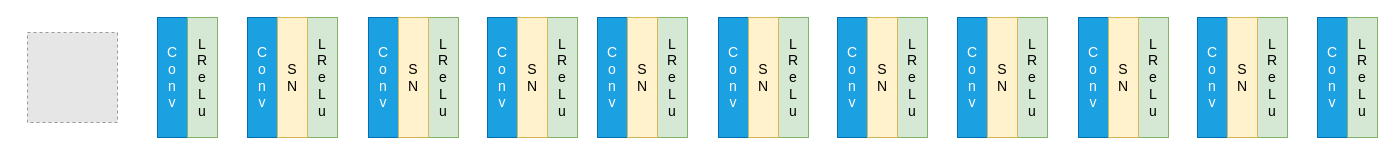
zhaoyangkun/draw.io keeps this draw.io diagram as Unet-discriminator.drawio. Above is the earlier version. Source tidied: cells renumbered, new cells numbered last; positions are measured from the earlier drawing's top-left corner, leaving out a move shared by most shapes. Both pictures are drawn from the tidied source at 100%, with x=0, y=0 at pixel (27, 17). Pictures stored in the file or linked from it are replaced by grey dashed boxes.
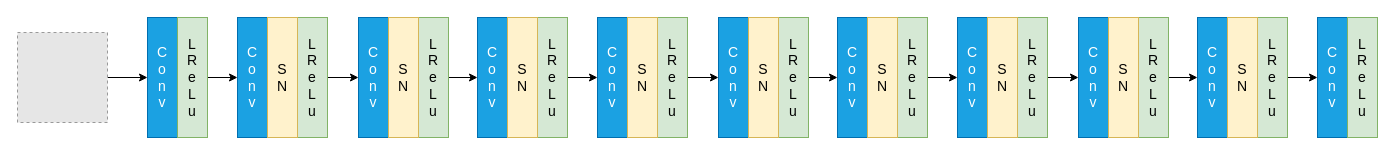
Above is the later version.

Unchanged cells that the change refers to:
```xml
<mxCell id="14" value="C&lt;br style=&quot;font-size: 14px;&quot;&gt;o&lt;br style=&quot;font-size: 14px;&quot;&gt;n&lt;br style=&quot;font-size: 14px;&quot;&gt;v" style="rounded=0;whiteSpace=wrap;html=1;fillColor=#1ba1e2;fontColor=#ffffff;strokeColor=#006EAF;fontSize=14;" parent="1" vertex="1">
  <mxGeometry x="570" width="30" height="120" as="geometry" />
</mxCell>
<mxCell id="15" value="L&lt;br&gt;R&lt;br&gt;e&lt;br&gt;L&lt;br&gt;u" style="rounded=0;whiteSpace=wrap;html=1;fillColor=#d5e8d4;strokeColor=#82b366;fontSize=14;" parent="1" vertex="1">
  <mxGeometry x="630" width="30" height="120" as="geometry" />
</mxCell>
<mxCell id="17" value="C&lt;br style=&quot;font-size: 14px;&quot;&gt;o&lt;br style=&quot;font-size: 14px;&quot;&gt;n&lt;br style=&quot;font-size: 14px;&quot;&gt;v" style="rounded=0;whiteSpace=wrap;html=1;fillColor=#1ba1e2;fontColor=#ffffff;strokeColor=#006EAF;fontSize=14;" parent="1" vertex="1">
  <mxGeometry x="691" width="30" height="120" as="geometry" />
</mxCell>
<mxCell id="18" value="L&lt;br&gt;R&lt;br&gt;e&lt;br&gt;L&lt;br&gt;u" style="rounded=0;whiteSpace=wrap;html=1;fillColor=#d5e8d4;strokeColor=#82b366;fontSize=14;" parent="1" vertex="1">
  <mxGeometry x="751" width="30" height="120" as="geometry" />
</mxCell>
<mxCell id="20" value="C&lt;br style=&quot;font-size: 14px;&quot;&gt;o&lt;br style=&quot;font-size: 14px;&quot;&gt;n&lt;br style=&quot;font-size: 14px;&quot;&gt;v" style="rounded=0;whiteSpace=wrap;html=1;fillColor=#1ba1e2;fontColor=#ffffff;strokeColor=#006EAF;fontSize=14;" parent="1" vertex="1">
  <mxGeometry x="810" width="30" height="120" as="geometry" />
</mxCell>
<mxCell id="21" value="L&lt;br&gt;R&lt;br&gt;e&lt;br&gt;L&lt;br&gt;u" style="rounded=0;whiteSpace=wrap;html=1;fillColor=#d5e8d4;strokeColor=#82b366;fontSize=14;" parent="1" vertex="1">
  <mxGeometry x="870" width="30" height="120" as="geometry" />
</mxCell>
<mxCell id="23" value="C&lt;br style=&quot;font-size: 14px;&quot;&gt;o&lt;br style=&quot;font-size: 14px;&quot;&gt;n&lt;br style=&quot;font-size: 14px;&quot;&gt;v" style="rounded=0;whiteSpace=wrap;html=1;fillColor=#1ba1e2;fontColor=#ffffff;strokeColor=#006EAF;fontSize=14;" parent="1" vertex="1">
  <mxGeometry x="930" width="30" height="120" as="geometry" />
</mxCell>
<mxCell id="24" value="L&lt;br&gt;R&lt;br&gt;e&lt;br&gt;L&lt;br&gt;u" style="rounded=0;whiteSpace=wrap;html=1;fillColor=#d5e8d4;strokeColor=#82b366;fontSize=14;" parent="1" vertex="1">
  <mxGeometry x="990" width="30" height="120" as="geometry" />
</mxCell>
<mxCell id="26" value="C&lt;br style=&quot;font-size: 14px;&quot;&gt;o&lt;br style=&quot;font-size: 14px;&quot;&gt;n&lt;br style=&quot;font-size: 14px;&quot;&gt;v" style="rounded=0;whiteSpace=wrap;html=1;fillColor=#1ba1e2;fontColor=#ffffff;strokeColor=#006EAF;fontSize=14;" parent="1" vertex="1">
  <mxGeometry x="1051" width="30" height="120" as="geometry" />
</mxCell>
<mxCell id="27" value="L&lt;br&gt;R&lt;br&gt;e&lt;br&gt;L&lt;br&gt;u" style="rounded=0;whiteSpace=wrap;html=1;fillColor=#d5e8d4;strokeColor=#82b366;fontSize=14;" parent="1" vertex="1">
  <mxGeometry x="1111" width="30" height="120" as="geometry" />
</mxCell>
<mxCell id="29" value="C&lt;br style=&quot;font-size: 14px;&quot;&gt;o&lt;br style=&quot;font-size: 14px;&quot;&gt;n&lt;br style=&quot;font-size: 14px;&quot;&gt;v" style="rounded=0;whiteSpace=wrap;html=1;fillColor=#1ba1e2;fontColor=#ffffff;strokeColor=#006EAF;fontSize=14;" parent="1" vertex="1">
  <mxGeometry x="1170" width="30" height="120" as="geometry" />
</mxCell>
<mxCell id="30" value="L&lt;br&gt;R&lt;br&gt;e&lt;br&gt;L&lt;br&gt;u" style="rounded=0;whiteSpace=wrap;html=1;fillColor=#d5e8d4;strokeColor=#82b366;fontSize=14;" parent="1" vertex="1">
  <mxGeometry x="1230" width="30" height="120" as="geometry" />
</mxCell>
<mxCell id="32" value="C&lt;br style=&quot;font-size: 14px;&quot;&gt;o&lt;br style=&quot;font-size: 14px;&quot;&gt;n&lt;br style=&quot;font-size: 14px;&quot;&gt;v" style="rounded=0;whiteSpace=wrap;html=1;fillColor=#1ba1e2;fontColor=#ffffff;strokeColor=#006EAF;fontSize=14;" parent="1" vertex="1">
  <mxGeometry x="1290" width="30" height="120" as="geometry" />
</mxCell>
```

Change to the diagram source:
```diff
@@
+    <mxCell id="34" style="edgeStyle=orthogonalEdgeStyle;rounded=0;jettySize=auto;html=1;entryX=0;entryY=0.5;entryDx=0;entryDy=0;fontColor=#FFFFFF;" parent="1" edge="1" source="2" target="3">
+      <mxGeometry relative="1" as="geometry" />
+    </mxCell>
     <mxCell id="2" style="fillColor=#E6E6E6;strokeColor=#999999;dashed=1;verticalLabelPosition=bottom;labelBackgroundColor=default;verticalAlign=top;" parent="1" vertex="1">
-      <mxGeometry y="15" width="90" height="90" as="geometry" />
+      <mxGeometry x="-10" y="15" width="90" height="90" as="geometry" />
     </mxCell>
     <mxCell id="3" value="C&lt;br style=&quot;font-size: 14px;&quot;&gt;o&lt;br style=&quot;font-size: 14px;&quot;&gt;n&lt;br style=&quot;font-size: 14px;&quot;&gt;v" style="rounded=0;whiteSpace=wrap;html=1;fillColor=#1ba1e2;fontColor=#ffffff;strokeColor=#006EAF;fontSize=14;" parent="1" vertex="1">
-      <mxGeometry x="130" width="30" height="120" as="geometry" />
+      <mxGeometry x="120" width="30" height="120" as="geometry" />
     </mxCell>
+    <mxCell id="35" style="edgeStyle=orthogonalEdgeStyle;rounded=0;jettySize=auto;html=1;entryX=0;entryY=0.5;entryDx=0;entryDy=0;fontColor=#FFFFFF;" parent="1" edge="1" source="4" target="5">
+      <mxGeometry relative="1" as="geometry" />
+    </mxCell>
     <mxCell id="4" value="L&lt;br&gt;R&lt;br&gt;e&lt;br&gt;L&lt;br&gt;u" style="rounded=0;whiteSpace=wrap;html=1;fillColor=#d5e8d4;strokeColor=#82b366;fontSize=14;" parent="1" vertex="1">
-      <mxGeometry x="160" width="30" height="120" as="geometry" />
+      <mxGeometry x="150" width="30" height="120" as="geometry" />
     </mxCell>
     <mxCell id="5" value="C&lt;br style=&quot;font-size: 14px;&quot;&gt;o&lt;br style=&quot;font-size: 14px;&quot;&gt;n&lt;br style=&quot;font-size: 14px;&quot;&gt;v" style="rounded=0;whiteSpace=wrap;html=1;fillColor=#1ba1e2;fontColor=#ffffff;strokeColor=#006EAF;fontSize=14;" parent="1" vertex="1">
-      <mxGeometry x="220" width="30" height="120" as="geometry" />
+      <mxGeometry x="210" width="30" height="120" as="geometry" />
     </mxCell>
+    <mxCell id="36" style="edgeStyle=orthogonalEdgeStyle;rounded=0;jettySize=auto;html=1;entryX=0;entryY=0.5;entryDx=0;entryDy=0;fontColor=#FFFFFF;" parent="1" edge="1" source="6" target="8">
+      <mxGeometry relative="1" as="geometry" />
+    </mxCell>
     <mxCell id="6" value="L&lt;br&gt;R&lt;br&gt;e&lt;br&gt;L&lt;br&gt;u" style="rounded=0;whiteSpace=wrap;html=1;fillColor=#d5e8d4;strokeColor=#82b366;fontSize=14;" parent="1" vertex="1">
-      <mxGeometry x="280" width="30" height="120" as="geometry" />
+      <mxGeometry x="270" width="30" height="120" as="geometry" />
     </mxCell>
     <mxCell id="7" value="S&lt;br&gt;N" style="rounded=0;whiteSpace=wrap;html=1;fillColor=#fff2cc;strokeColor=#d6b656;fontSize=14;" parent="1" vertex="1">
-      <mxGeometry x="250" width="30" height="120" as="geometry" />
+      <mxGeometry x="240" width="30" height="120" as="geometry" />
     </mxCell>
     <mxCell id="8" value="C&lt;br style=&quot;font-size: 14px;&quot;&gt;o&lt;br style=&quot;font-size: 14px;&quot;&gt;n&lt;br style=&quot;font-size: 14px;&quot;&gt;v" style="rounded=0;whiteSpace=wrap;html=1;fillColor=#1ba1e2;fontColor=#ffffff;strokeColor=#006EAF;fontSize=14;" parent="1" vertex="1">
-      <mxGeometry x="341" width="30" height="120" as="geometry" />
+      <mxGeometry x="331" width="30" height="120" as="geometry" />
     </mxCell>
+    <mxCell id="37" style="edgeStyle=orthogonalEdgeStyle;rounded=0;jettySize=auto;html=1;entryX=0;entryY=0.5;entryDx=0;entryDy=0;fontColor=#FFFFFF;" parent="1" edge="1" source="9" target="11">
+      <mxGeometry relative="1" as="geometry" />
+    </mxCell>
     <mxCell id="9" value="L&lt;br&gt;R&lt;br&gt;e&lt;br&gt;L&lt;br&gt;u" style="rounded=0;whiteSpace=wrap;html=1;fillColor=#d5e8d4;strokeColor=#82b366;fontSize=14;" parent="1" vertex="1">
-      <mxGeometry x="401" width="30" height="120" as="geometry" />
+      <mxGeometry x="391" width="30" height="120" as="geometry" />
     </mxCell>
     <mxCell id="10" value="S&lt;br&gt;N" style="rounded=0;whiteSpace=wrap;html=1;fillColor=#fff2cc;strokeColor=#d6b656;fontSize=14;" parent="1" vertex="1">
-      <mxGeometry x="371" width="30" height="120" as="geometry" />
+      <mxGeometry x="361" width="30" height="120" as="geometry" />
     </mxCell>
     <mxCell id="11" value="C&lt;br style=&quot;font-size: 14px;&quot;&gt;o&lt;br style=&quot;font-size: 14px;&quot;&gt;n&lt;br style=&quot;font-size: 14px;&quot;&gt;v" style="rounded=0;whiteSpace=wrap;html=1;fillColor=#1ba1e2;fontColor=#ffffff;strokeColor=#006EAF;fontSize=14;" parent="1" vertex="1">
-      <mxGeometry x="460" width="30" height="120" as="geometry" />
+      <mxGeometry x="450" width="30" height="120" as="geometry" />
     </mxCell>
+    <mxCell id="38" style="edgeStyle=orthogonalEdgeStyle;rounded=0;jettySize=auto;html=1;entryX=0;entryY=0.5;entryDx=0;entryDy=0;fontColor=#FFFFFF;" parent="1" edge="1" source="12" target="14">
+      <mxGeometry relative="1" as="geometry" />
+    </mxCell>
     <mxCell id="12" value="L&lt;br&gt;R&lt;br&gt;e&lt;br&gt;L&lt;br&gt;u" style="rounded=0;whiteSpace=wrap;html=1;fillColor=#d5e8d4;strokeColor=#82b366;fontSize=14;" parent="1" vertex="1">
-      <mxGeometry x="520" width="30" height="120" as="geometry" />
+      <mxGeometry x="510" width="30" height="120" as="geometry" />
     </mxCell>
     <mxCell id="13" value="S&lt;br&gt;N" style="rounded=0;whiteSpace=wrap;html=1;fillColor=#fff2cc;strokeColor=#d6b656;fontSize=14;" parent="1" vertex="1">
-      <mxGeometry x="490" width="30" height="120" as="geometry" />
+      <mxGeometry x="480" width="30" height="120" as="geometry" />
     </mxCell>
@@
+    <mxCell id="39" style="edgeStyle=orthogonalEdgeStyle;rounded=0;jettySize=auto;html=1;entryX=0;entryY=0.5;entryDx=0;entryDy=0;fontColor=#FFFFFF;" parent="1" edge="1" source="15" target="17">
+      <mxGeometry relative="1" as="geometry" />
+    </mxCell>
@@
+    <mxCell id="40" style="edgeStyle=orthogonalEdgeStyle;rounded=0;jettySize=auto;html=1;entryX=0;entryY=0.5;entryDx=0;entryDy=0;fontColor=#FFFFFF;" parent="1" edge="1" source="18" target="20">
+      <mxGeometry relative="1" as="geometry" />
+    </mxCell>
@@
+    <mxCell id="41" style="edgeStyle=orthogonalEdgeStyle;rounded=0;jettySize=auto;html=1;entryX=0;entryY=0.5;entryDx=0;entryDy=0;fontColor=#FFFFFF;" parent="1" edge="1" source="21" target="23">
+      <mxGeometry relative="1" as="geometry" />
+    </mxCell>
@@
+    <mxCell id="42" style="edgeStyle=orthogonalEdgeStyle;rounded=0;jettySize=auto;html=1;entryX=0;entryY=0.5;entryDx=0;entryDy=0;fontColor=#FFFFFF;" parent="1" edge="1" source="24" target="26">
+      <mxGeometry relative="1" as="geometry" />
+    </mxCell>
@@
+    <mxCell id="43" style="edgeStyle=orthogonalEdgeStyle;rounded=0;jettySize=auto;html=1;entryX=0;entryY=0.5;entryDx=0;entryDy=0;fontColor=#FFFFFF;" parent="1" edge="1" source="27" target="29">
+      <mxGeometry relative="1" as="geometry" />
+    </mxCell>
@@
+    <mxCell id="44" style="edgeStyle=orthogonalEdgeStyle;rounded=0;jettySize=auto;html=1;entryX=0;entryY=0.5;entryDx=0;entryDy=0;fontColor=#FFFFFF;" parent="1" edge="1" source="30" target="32">
+      <mxGeometry relative="1" as="geometry" />
+    </mxCell>
```
